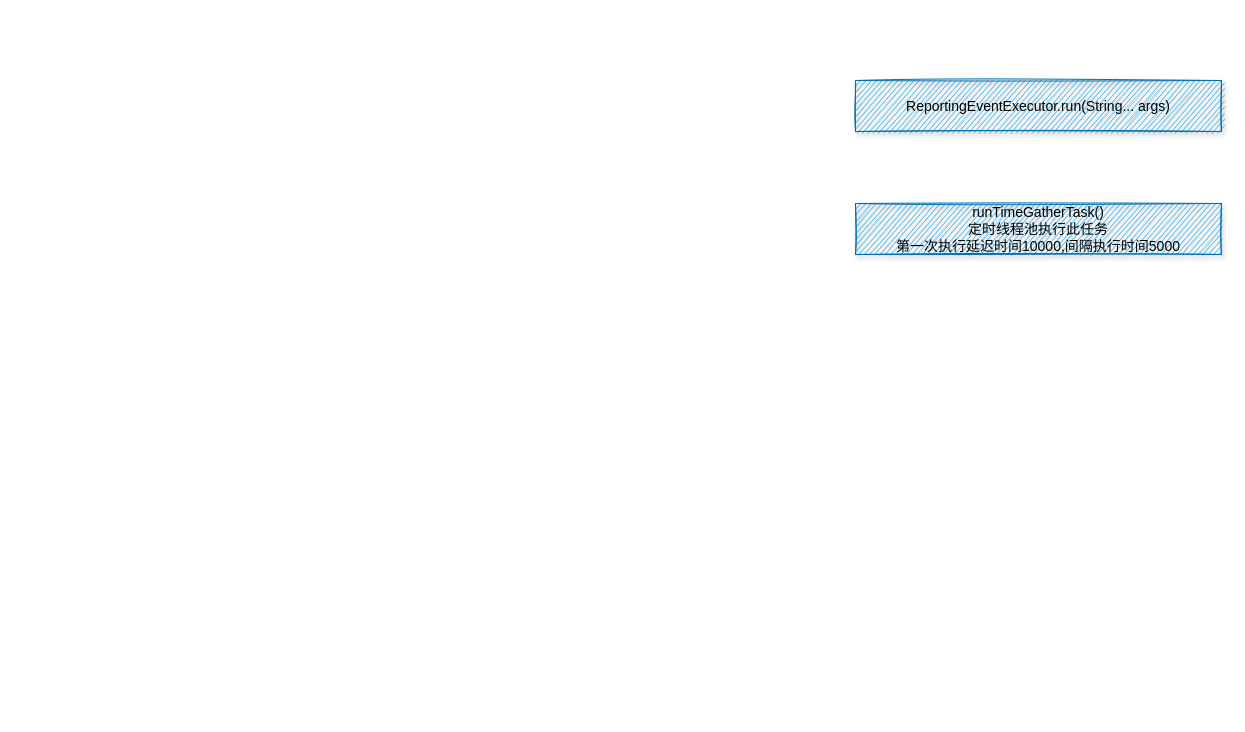
Before: 线程池运行时数据采集.drawio in shining-stars-lk/img, a draw.io diagram. Source tidied: cells renumbered, new cells numbered last; positions are measured from the earlier drawing's top-left corner, leaving out a move shared by most shapes. Both pictures are drawn from the tidied source at 100%, with x=0, y=0 at pixel (855, 80).
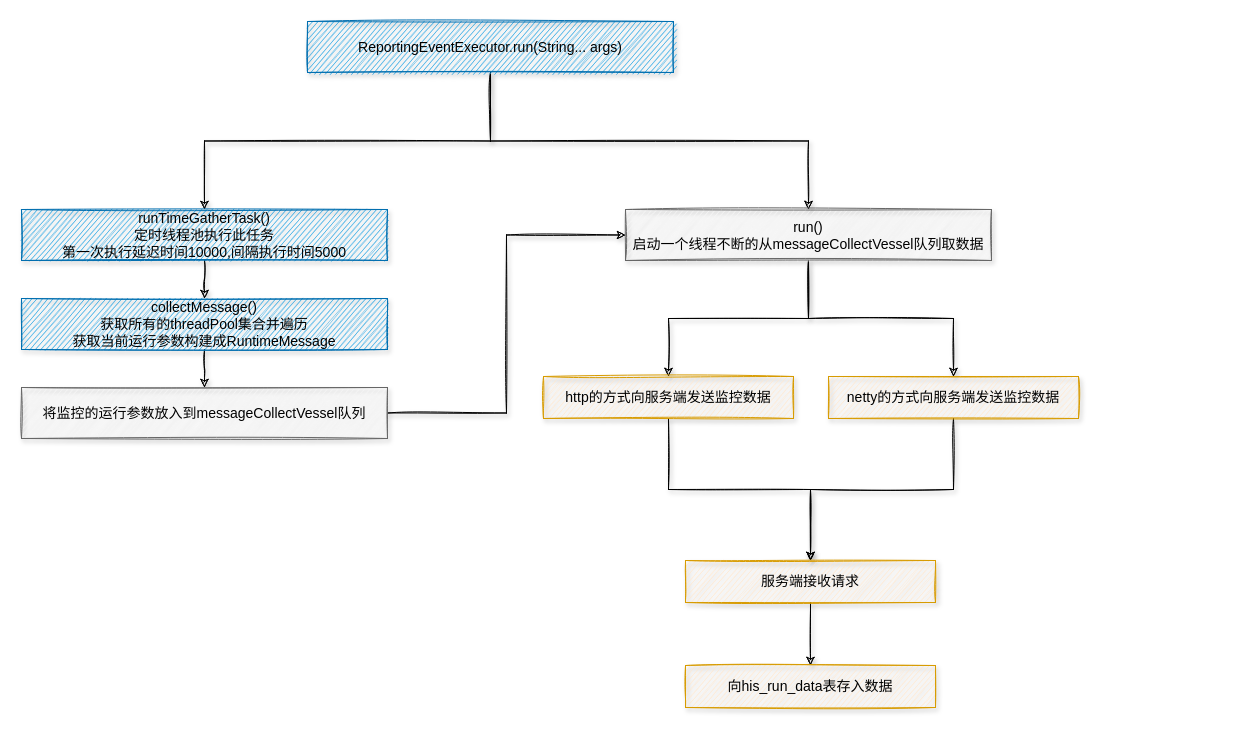
After the change.

Commit message:
更新线程池运行时数据采集.drawio

Diff of the diagram source:
```diff
@@
+    <mxCell id="4" style="edgeStyle=orthogonalEdgeStyle;rounded=0;sketch=1;jettySize=auto;html=1;exitX=0.5;exitY=1;exitDx=0;exitDy=0;entryX=0.5;entryY=0;entryDx=0;entryDy=0;shadow=1;fontSize=14;fontColor=#000000;" parent="1" edge="1" source="2" target="3">
+      <mxGeometry relative="1" as="geometry" />
+    </mxCell>
+    <mxCell id="5" style="edgeStyle=orthogonalEdgeStyle;rounded=0;sketch=1;jettySize=auto;html=1;exitX=0.5;exitY=1;exitDx=0;exitDy=0;entryX=0.5;entryY=0;entryDx=0;entryDy=0;shadow=1;fontSize=14;fontColor=#000000;" parent="1" edge="1" source="2" target="13">
+      <mxGeometry relative="1" as="geometry" />
+    </mxCell>
     <mxCell id="2" value="&lt;font style=&quot;font-size: 14px;&quot; color=&quot;#000000&quot;&gt;ReportingEventExecutor.run(String... args)&lt;/font&gt;" style="rounded=0;whiteSpace=wrap;html=1;shadow=1;sketch=1;fillColor=#1ba1e2;fontColor=#ffffff;strokeColor=#006EAF;" parent="1" vertex="1">
-      <mxGeometry width="366" height="51" as="geometry" />
+      <mxGeometry x="-548" y="-59" width="366" height="51" as="geometry" />
     </mxCell>
+    <mxCell id="6" style="edgeStyle=orthogonalEdgeStyle;rounded=0;sketch=1;jettySize=auto;html=1;shadow=1;fontSize=14;fontColor=#000000;" parent="1" edge="1" source="3" target="8">
+      <mxGeometry relative="1" as="geometry" />
+    </mxCell>
     <mxCell id="3" value="&lt;font style=&quot;font-size: 14px;&quot; color=&quot;#000000&quot;&gt;runTimeGatherTask()&lt;br&gt;定时线程池执行此任务&lt;br&gt;第一次执行延迟时间10000,间隔执行时间5000&lt;/font&gt;" style="rounded=0;whiteSpace=wrap;html=1;shadow=1;sketch=1;fillColor=#1ba1e2;fontColor=#ffffff;strokeColor=#006EAF;" parent="1" vertex="1">
-      <mxGeometry y="123" width="366" height="51" as="geometry" />
+      <mxGeometry x="-834" y="129" width="366" height="51" as="geometry" />
     </mxCell>
+    <mxCell id="7" style="edgeStyle=orthogonalEdgeStyle;rounded=0;sketch=1;jettySize=auto;html=1;exitX=0.5;exitY=1;exitDx=0;exitDy=0;shadow=1;fontSize=14;fontColor=#000000;" parent="1" edge="1" source="8" target="10">
+      <mxGeometry relative="1" as="geometry" />
+    </mxCell>
+    <mxCell id="8" value="&lt;font color=&quot;#000000&quot;&gt;&lt;span style=&quot;font-size: 14px;&quot;&gt;collectMessage()&lt;/span&gt;&lt;br&gt;&lt;span style=&quot;font-size: 14px;&quot;&gt;获取所有的threadPool集合并遍历&lt;/span&gt;&lt;br&gt;&lt;span style=&quot;font-size: 14px;&quot;&gt;获取当前运行参数构建成RuntimeMessage&lt;/span&gt;&lt;br&gt;&lt;/font&gt;" style="rounded=0;whiteSpace=wrap;html=1;shadow=1;sketch=1;fillColor=#1ba1e2;fontColor=#ffffff;strokeColor=#006EAF;" parent="1" vertex="1">
+      <mxGeometry x="-834" y="218" width="366" height="51" as="geometry" />
+    </mxCell>
+    <mxCell id="9" style="edgeStyle=orthogonalEdgeStyle;rounded=0;sketch=1;jettySize=auto;html=1;exitX=1;exitY=0.5;exitDx=0;exitDy=0;entryX=0;entryY=0.5;entryDx=0;entryDy=0;shadow=1;fontSize=14;fontColor=#000000;" parent="1" edge="1" source="10" target="13">
+      <mxGeometry relative="1" as="geometry" />
+    </mxCell>
+    <mxCell id="10" value="&lt;font color=&quot;#000000&quot;&gt;&lt;span style=&quot;font-size: 14px;&quot;&gt;将监控的运行参数放入到messageCollectVessel队列&lt;/span&gt;&lt;br&gt;&lt;/font&gt;" style="rounded=0;whiteSpace=wrap;html=1;shadow=1;sketch=1;fillColor=#f5f5f5;fontColor=#333333;strokeColor=#666666;" parent="1" vertex="1">
+      <mxGeometry x="-834" y="307" width="366" height="51" as="geometry" />
+    </mxCell>
+    <mxCell id="11" style="edgeStyle=orthogonalEdgeStyle;rounded=0;sketch=1;jettySize=auto;html=1;exitX=0.5;exitY=1;exitDx=0;exitDy=0;shadow=1;fontSize=14;fontColor=#000000;" parent="1" edge="1" source="13" target="15">
+      <mxGeometry relative="1" as="geometry" />
+    </mxCell>
+    <mxCell id="12" style="edgeStyle=orthogonalEdgeStyle;rounded=0;sketch=1;jettySize=auto;html=1;exitX=0.5;exitY=1;exitDx=0;exitDy=0;entryX=0.5;entryY=0;entryDx=0;entryDy=0;shadow=1;fontSize=14;fontColor=#000000;" parent="1" edge="1" source="13" target="17">
+      <mxGeometry relative="1" as="geometry">
+        <Array as="points">
+          <mxPoint x="-47" y="180" />
+          <mxPoint x="-47" y="238" />
+          <mxPoint x="98" y="238" />
+        </Array>
+      </mxGeometry>
+    </mxCell>
+    <mxCell id="13" value="&lt;font style=&quot;font-size: 14px;&quot; color=&quot;#000000&quot;&gt;run()&lt;br&gt;启动一个线程不断的从&lt;/font&gt;&lt;span style=&quot;color: rgb(0, 0, 0); font-size: 14px;&quot;&gt;messageCollectVessel队列取数据&lt;/span&gt;&lt;font style=&quot;font-size: 14px;&quot; color=&quot;#000000&quot;&gt;&lt;br&gt;&lt;/font&gt;" style="rounded=0;whiteSpace=wrap;html=1;shadow=1;sketch=1;fillColor=#f5f5f5;fontColor=#333333;strokeColor=#666666;" parent="1" vertex="1">
+      <mxGeometry x="-230" y="129" width="366" height="51" as="geometry" />
+    </mxCell>
+    <mxCell id="14" style="edgeStyle=orthogonalEdgeStyle;rounded=0;sketch=1;jettySize=auto;html=1;exitX=0.5;exitY=1;exitDx=0;exitDy=0;shadow=1;fontSize=14;fontColor=#000000;" parent="1" edge="1" source="15" target="19">
+      <mxGeometry relative="1" as="geometry" />
+    </mxCell>
+    <mxCell id="15" value="&lt;font style=&quot;font-size: 14px;&quot; color=&quot;#000000&quot;&gt;http的方式向服务端发送监控数据&lt;br&gt;&lt;/font&gt;" style="rounded=0;whiteSpace=wrap;html=1;shadow=1;sketch=1;fillColor=#ffe6cc;strokeColor=#d79b00;" parent="1" vertex="1">
+      <mxGeometry x="-312" y="296" width="250" height="42" as="geometry" />
+    </mxCell>
+    <mxCell id="16" style="edgeStyle=orthogonalEdgeStyle;rounded=0;sketch=1;jettySize=auto;html=1;exitX=0.5;exitY=1;exitDx=0;exitDy=0;entryX=0.5;entryY=0;entryDx=0;entryDy=0;shadow=1;fontSize=14;fontColor=#000000;" parent="1" edge="1" source="17" target="19">
+      <mxGeometry relative="1" as="geometry" />
+    </mxCell>
+    <mxCell id="17" value="&lt;font style=&quot;font-size: 14px;&quot; color=&quot;#000000&quot;&gt;netty的方式向服务端发送监控数据&lt;br&gt;&lt;/font&gt;" style="rounded=0;whiteSpace=wrap;html=1;shadow=1;sketch=1;fillColor=#ffe6cc;strokeColor=#d79b00;" parent="1" vertex="1">
+      <mxGeometry x="-27" y="296" width="250" height="42" as="geometry" />
+    </mxCell>
+    <mxCell id="18" style="edgeStyle=orthogonalEdgeStyle;rounded=0;sketch=1;jettySize=auto;html=1;exitX=0.5;exitY=1;exitDx=0;exitDy=0;shadow=1;fontSize=14;fontColor=#000000;" parent="1" edge="1" source="19" target="20">
+      <mxGeometry relative="1" as="geometry" />
+    </mxCell>
+    <mxCell id="19" value="&lt;font style=&quot;font-size: 14px;&quot; color=&quot;#000000&quot;&gt;服务端接收请求&lt;br&gt;&lt;/font&gt;" style="rounded=0;whiteSpace=wrap;html=1;shadow=1;sketch=1;fillColor=#ffe6cc;strokeColor=#d79b00;" parent="1" vertex="1">
+      <mxGeometry x="-170" y="480" width="250" height="42" as="geometry" />
+    </mxCell>
+    <mxCell id="20" value="&lt;font style=&quot;&quot; color=&quot;#000000&quot;&gt;&lt;span style=&quot;font-size: 14px;&quot;&gt;向his_run_data表存入数据&lt;/span&gt;&lt;br&gt;&lt;/font&gt;" style="rounded=0;whiteSpace=wrap;html=1;shadow=1;sketch=1;fillColor=#ffe6cc;strokeColor=#d79b00;" parent="1" vertex="1">
+      <mxGeometry x="-170" y="585" width="250" height="42" as="geometry" />
+    </mxCell>
```
